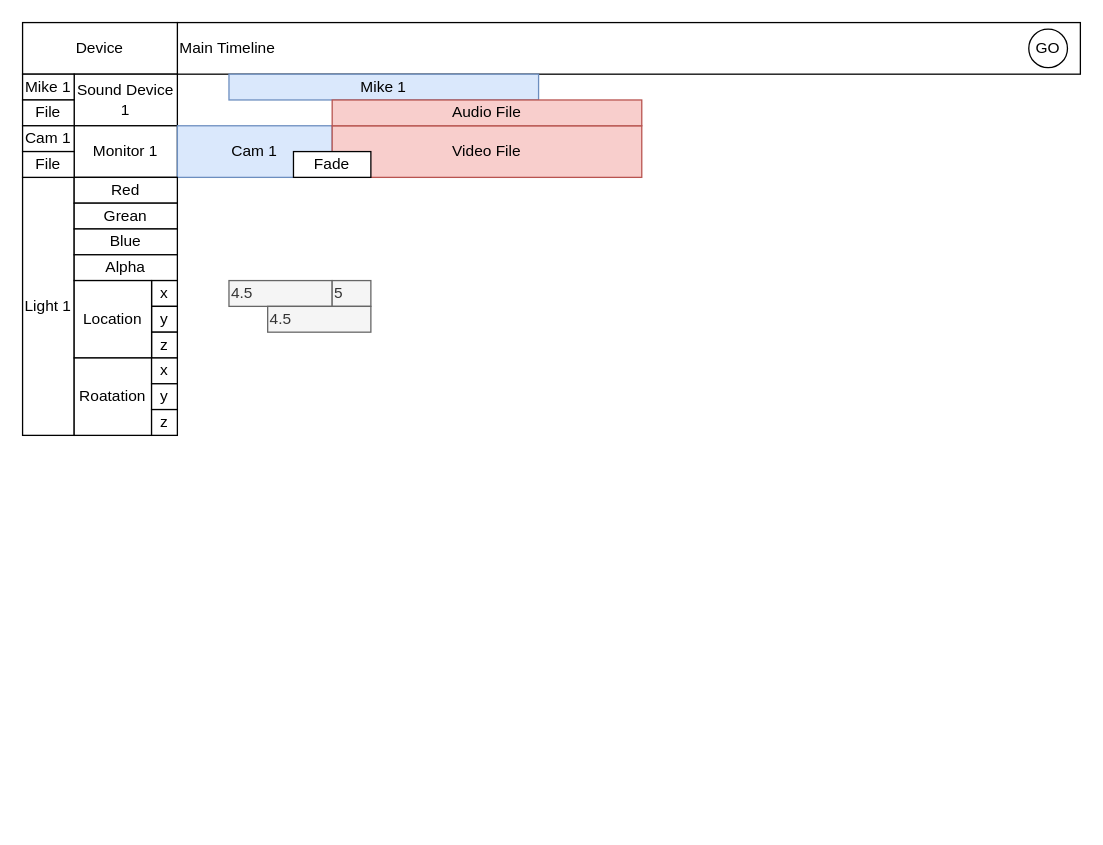
Earlier version of the draw.io diagram Mood Board.drawio (Firelight-Stage-Systems/Firelight-Stage-Systems). Source tidied: cells renumbered, new cells numbered last; positions are measured from the earlier drawing's top-left corner, leaving out a move shared by most shapes. Both pictures are drawn from the tidied source at 129%, with x=0, y=0 at pixel (22, 22).
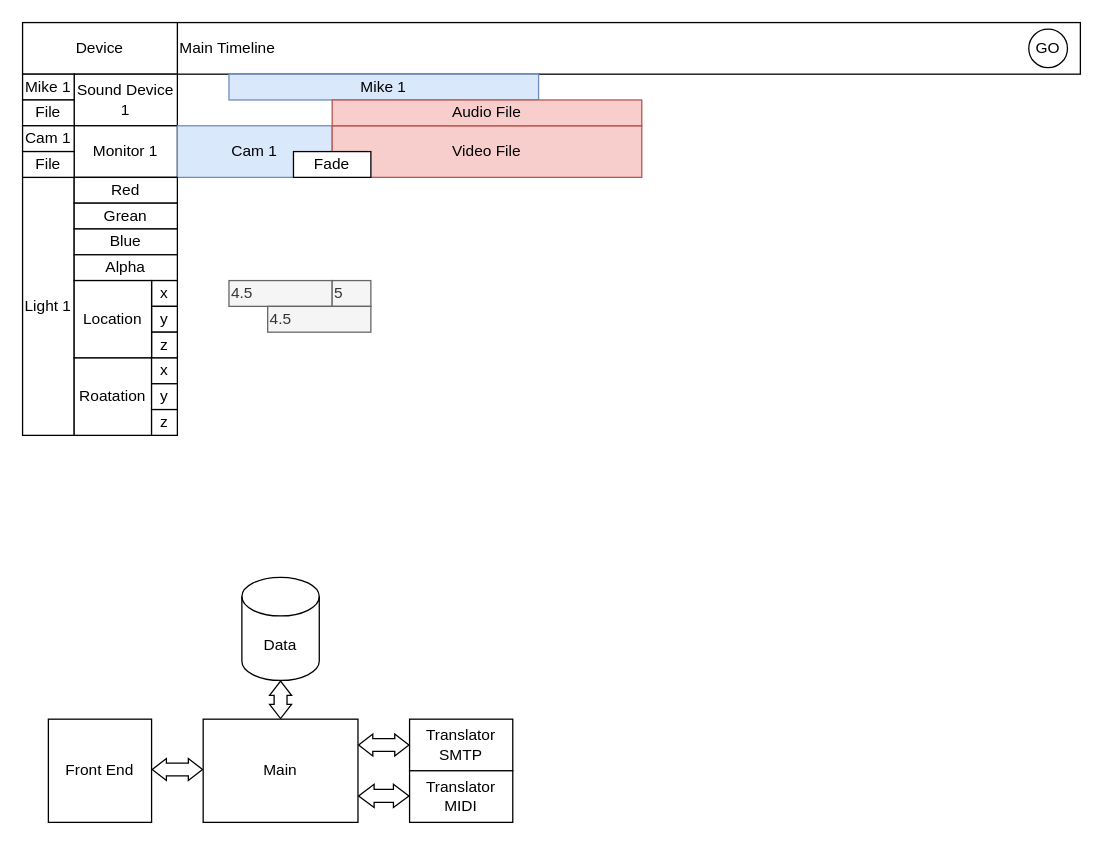
The same diagram, later.

Commit message:
Structure Diagram

The edit, as a diff of the source:
```diff
@@
+    <mxCell id="32" value="&lt;div&gt;Main&lt;/div&gt;" style="rounded=0;whiteSpace=wrap;html=1;" parent="1" vertex="1">
+      <mxGeometry x="140" y="540" width="120" height="80" as="geometry" />
+    </mxCell>
+    <mxCell id="33" value="Front End" style="rounded=0;whiteSpace=wrap;html=1;" parent="1" vertex="1">
+      <mxGeometry x="20" y="540" width="80" height="80" as="geometry" />
+    </mxCell>
+    <mxCell id="34" value="Data" style="shape=cylinder3;whiteSpace=wrap;html=1;boundedLbl=1;backgroundOutline=1;size=15;" parent="1" vertex="1">
+      <mxGeometry x="170" y="430" width="60" height="80" as="geometry" />
+    </mxCell>
+    <mxCell id="35" value="&lt;div&gt;Translator&lt;/div&gt;&lt;div&gt;SMTP&lt;br&gt;&lt;/div&gt;" style="rounded=0;whiteSpace=wrap;html=1;" parent="1" vertex="1">
+      <mxGeometry x="300" y="540" width="80" height="40" as="geometry" />
+    </mxCell>
+    <mxCell id="36" value="&lt;div&gt;Translator&lt;/div&gt;&lt;div&gt;MIDI&lt;br&gt;&lt;/div&gt;" style="rounded=0;whiteSpace=wrap;html=1;" parent="1" vertex="1">
+      <mxGeometry x="300" y="580" width="80" height="40" as="geometry" />
+    </mxCell>
+    <mxCell id="37" style="shape=flexArrow;endArrow=classic;startArrow=classic;html=1;rounded=0;exitX=1;exitY=0.25;exitDx=0;exitDy=0;entryX=0;entryY=0.5;entryDx=0;entryDy=0;endWidth=6;endSize=3.33;startWidth=6;startSize=3.33;" parent="1" edge="1" source="32" target="35">
+      <mxGeometry relative="1" as="geometry" />
+    </mxCell>
+    <mxCell id="38" style="shape=flexArrow;endArrow=classic;startArrow=classic;html=1;rounded=0;exitX=1;exitY=0.25;exitDx=0;exitDy=0;entryX=0;entryY=0.5;entryDx=0;entryDy=0;endWidth=7;endSize=3.67;startWidth=7;startSize=3.67;" parent="1" edge="1">
+      <mxGeometry relative="1" as="geometry">
+        <mxPoint x="260" y="599.5" as="sourcePoint" />
+        <mxPoint x="300" y="599.5" as="targetPoint" />
+      </mxGeometry>
+    </mxCell>
+    <mxCell id="39" style="shape=flexArrow;endArrow=classic;startArrow=classic;html=1;rounded=0;exitX=1;exitY=0.25;exitDx=0;exitDy=0;entryX=0;entryY=0.5;entryDx=0;entryDy=0;endWidth=6;endSize=3.33;startWidth=6;startSize=3.33;" parent="1" edge="1">
+      <mxGeometry relative="1" as="geometry">
+        <mxPoint x="100" y="579" as="sourcePoint" />
+        <mxPoint x="140" y="579" as="targetPoint" />
+      </mxGeometry>
+    </mxCell>
+    <mxCell id="40" style="shape=flexArrow;endArrow=classic;startArrow=classic;html=1;rounded=0;exitX=0.5;exitY=1;exitDx=0;exitDy=0;entryX=0.5;entryY=0;entryDx=0;entryDy=0;endWidth=6;endSize=3.33;startWidth=6;startSize=3.33;exitPerimeter=0;" parent="1" edge="1" source="34" target="32">
+      <mxGeometry relative="1" as="geometry" />
+    </mxCell>
```
